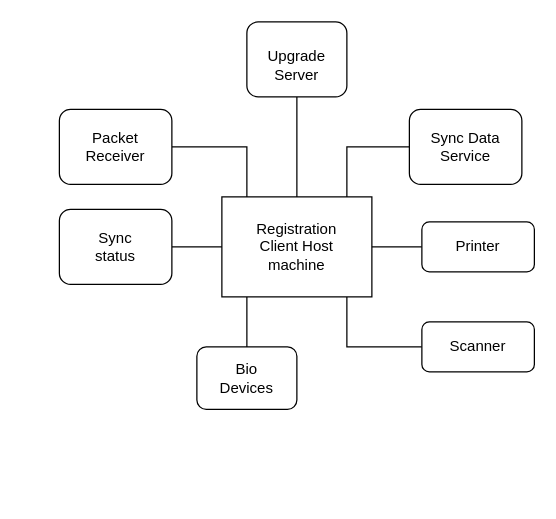
Earlier version of the draw.io diagram docs/_images/reg-client.drawio (mosip/documentation). Source tidied: cells renumbered, new cells numbered last; positions are measured from the earlier drawing's top-left corner, leaving out a move shared by most shapes. Both pictures are drawn from the tidied source at 125%, with x=0, y=0 at pixel (59, 21).
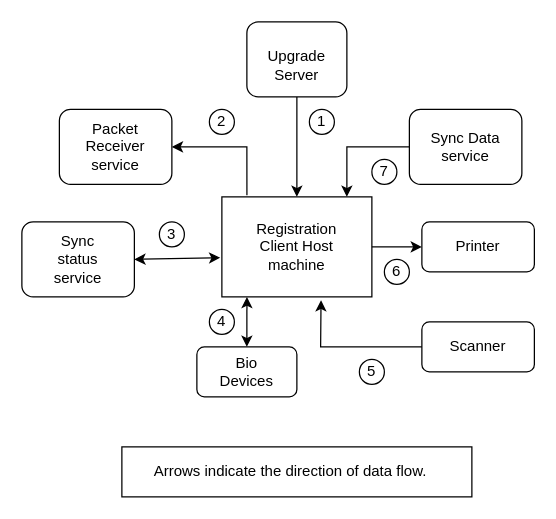
The same page after the edit.

The change refers to these unchanged cells:
```xml
<mxCell id="2" style="rounded=0;whiteSpace=wrap;html=1;" parent="1" vertex="1">
  <mxGeometry x="130" y="140" width="120" height="80" as="geometry" />
</mxCell>
<mxCell id="5" style="rounded=1;whiteSpace=wrap;html=1;" parent="1" vertex="1">
  <mxGeometry x="150" width="80" height="60" as="geometry" />
</mxCell>
<mxCell id="9" style="rounded=1;whiteSpace=wrap;html=1;" parent="1" vertex="1">
  <mxGeometry y="70" width="90" height="60" as="geometry" />
</mxCell>
<mxCell id="12" style="rounded=1;whiteSpace=wrap;html=1;" parent="1" vertex="1">
  <mxGeometry x="280" y="70" width="90" height="60" as="geometry" />
</mxCell>
<mxCell id="18" style="rounded=1;whiteSpace=wrap;html=1;" parent="1" vertex="1">
  <mxGeometry x="290" y="160" width="90" height="40" as="geometry" />
</mxCell>
<mxCell id="21" style="rounded=1;whiteSpace=wrap;html=1;" parent="1" vertex="1">
  <mxGeometry x="290" y="240" width="90" height="40" as="geometry" />
</mxCell>
```

Diff of the diagram source:
```diff
@@
-    <mxCell id="4" style="endArrow=none;html=1;rounded=0;" parent="1" edge="1">
-      <mxGeometry relative="1" as="geometry">
-        <mxPoint x="190" y="140" as="sourcePoint" />
-        <mxPoint x="190" y="60" as="targetPoint" />
-      </mxGeometry>
-    </mxCell>
@@
-    <mxCell id="7" style="endArrow=none;html=1;rounded=0;" parent="1" edge="1" target="9">
-      <mxGeometry relative="1" as="geometry">
-        <mxPoint x="150" y="140" as="sourcePoint" />
-        <Array as="points">
-          <mxPoint x="150" y="100" />
-        </Array>
-      </mxGeometry>
-    </mxCell>
@@
-    <mxCell id="10" value="Packet Receiver" style="text;html=1;strokeColor=none;fillColor=none;align=center;verticalAlign=middle;whiteSpace=wrap;rounded=0;" parent="1" vertex="1">
+    <mxCell id="10" value="Packet Receiver service" style="text;html=1;strokeColor=none;fillColor=none;align=center;verticalAlign=middle;whiteSpace=wrap;rounded=0;" parent="1" vertex="1">
       <mxGeometry x="15" y="85" width="60" height="30" as="geometry" />
     </mxCell>
-    <mxCell id="11" style="endArrow=none;html=1;rounded=0;" parent="1" edge="1">
-      <mxGeometry relative="1" as="geometry">
-        <mxPoint x="230" y="140" as="sourcePoint" />
-        <mxPoint x="280" y="100" as="targetPoint" />
-        <Array as="points">
-          <mxPoint x="230" y="100" />
-        </Array>
-      </mxGeometry>
-    </mxCell>
@@
-    <mxCell id="13" value="Sync Data Service" style="text;html=1;strokeColor=none;fillColor=none;align=center;verticalAlign=middle;whiteSpace=wrap;rounded=0;" parent="1" vertex="1">
+    <mxCell id="13" value="Sync Data service" style="text;html=1;strokeColor=none;fillColor=none;align=center;verticalAlign=middle;whiteSpace=wrap;rounded=0;" parent="1" vertex="1">
       <mxGeometry x="295" y="85" width="60" height="30" as="geometry" />
     </mxCell>
-    <mxCell id="14" style="endArrow=none;html=1;rounded=0;" parent="1" edge="1">
-      <mxGeometry relative="1" as="geometry">
-        <mxPoint x="90" y="180" as="sourcePoint" />
-        <mxPoint x="130" y="180" as="targetPoint" />
-      </mxGeometry>
-    </mxCell>
     <mxCell id="15" style="rounded=1;whiteSpace=wrap;html=1;" parent="1" vertex="1">
-      <mxGeometry y="150" width="90" height="60" as="geometry" />
+      <mxGeometry x="-30" y="160" width="90" height="60" as="geometry" />
     </mxCell>
-    <mxCell id="16" value="Sync status" style="text;html=1;strokeColor=none;fillColor=none;align=center;verticalAlign=middle;whiteSpace=wrap;rounded=0;" parent="1" vertex="1">
-      <mxGeometry x="15" y="165" width="60" height="30" as="geometry" />
+    <mxCell id="16" value="Sync status service" style="text;html=1;strokeColor=none;fillColor=none;align=center;verticalAlign=middle;whiteSpace=wrap;rounded=0;" parent="1" vertex="1">
+      <mxGeometry x="-15" y="175" width="60" height="30" as="geometry" />
     </mxCell>
-    <mxCell id="17" style="endArrow=none;html=1;rounded=0;" parent="1" edge="1">
-      <mxGeometry relative="1" as="geometry">
-        <mxPoint x="290" y="180" as="sourcePoint" />
-        <mxPoint x="250" y="180" as="targetPoint" />
-      </mxGeometry>
-    </mxCell>
@@
-    <mxCell id="20" style="endArrow=none;html=1;rounded=0;" parent="1" edge="1">
-      <mxGeometry relative="1" as="geometry">
-        <mxPoint x="290" y="260" as="sourcePoint" />
-        <mxPoint x="230" y="220" as="targetPoint" />
-        <Array as="points">
-          <mxPoint x="230" y="260" />
-        </Array>
-      </mxGeometry>
-    </mxCell>
@@
-    <mxCell id="23" style="endArrow=none;html=1;rounded=0;" parent="1" edge="1">
-      <mxGeometry relative="1" as="geometry">
-        <mxPoint x="150" y="260" as="sourcePoint" />
-        <mxPoint x="150" y="220" as="targetPoint" />
-      </mxGeometry>
-    </mxCell>
     <mxCell id="24" style="rounded=1;whiteSpace=wrap;html=1;" parent="1" vertex="1">
-      <mxGeometry x="110" y="260" width="80" height="50" as="geometry" />
+      <mxGeometry x="110" y="260" width="80" height="40" as="geometry" />
     </mxCell>
     <mxCell id="25" value="Bio Devices" style="text;html=1;strokeColor=none;fillColor=none;align=center;verticalAlign=middle;whiteSpace=wrap;rounded=0;" parent="1" vertex="1">
-      <mxGeometry x="120" y="270" width="60" height="30" as="geometry" />
+      <mxGeometry x="120" y="270" width="60" height="20" as="geometry" />
     </mxCell>
+    <mxCell id="26" style="endArrow=classic;html=1;rounded=0;exitX=0.5;exitY=1;exitDx=0;exitDy=0;entryX=0.5;entryY=0;entryDx=0;entryDy=0;" parent="1" edge="1" source="5" target="2">
+      <mxGeometry relative="1" as="geometry" />
+    </mxCell>
+    <mxCell id="27" style="endArrow=classic;html=1;rounded=0;exitX=0;exitY=0.5;exitDx=0;exitDy=0;" parent="1" edge="1" source="12">
+      <mxGeometry relative="1" as="geometry">
+        <mxPoint x="230" y="140" as="targetPoint" />
+        <Array as="points">
+          <mxPoint x="230" y="100" />
+        </Array>
+      </mxGeometry>
+    </mxCell>
+    <mxCell id="28" style="endArrow=classic;html=1;rounded=0;exitX=1;exitY=0.5;exitDx=0;exitDy=0;" parent="1" edge="1" source="2" target="18">
+      <mxGeometry relative="1" as="geometry" />
+    </mxCell>
+    <mxCell id="29" style="endArrow=classic;html=1;rounded=0;exitX=0;exitY=0.5;exitDx=0;exitDy=0;entryX=0.661;entryY=1.033;entryDx=0;entryDy=0;entryPerimeter=0;" parent="1" edge="1" source="21" target="2">
+      <mxGeometry relative="1" as="geometry">
+        <Array as="points">
+          <mxPoint x="209" y="260" />
+        </Array>
+      </mxGeometry>
+    </mxCell>
+    <mxCell id="30" style="endArrow=classic;startArrow=classic;html=1;rounded=0;entryX=0.167;entryY=1;entryDx=0;entryDy=0;entryPerimeter=0;" parent="1" edge="1" target="2">
+      <mxGeometry relative="1" as="geometry">
+        <mxPoint x="150" y="260" as="sourcePoint" />
+      </mxGeometry>
+    </mxCell>
+    <mxCell id="31" style="endArrow=classic;html=1;rounded=0;entryX=1;entryY=0.5;entryDx=0;entryDy=0;exitX=0.167;exitY=-0.017;exitDx=0;exitDy=0;exitPerimeter=0;" parent="1" edge="1" source="2" target="9">
+      <mxGeometry relative="1" as="geometry">
+        <Array as="points">
+          <mxPoint x="150" y="100" />
+        </Array>
+      </mxGeometry>
+    </mxCell>
+    <mxCell id="32" style="endArrow=classic;startArrow=classic;html=1;rounded=0;exitX=1;exitY=0.5;exitDx=0;exitDy=0;entryX=-0.011;entryY=0.608;entryDx=0;entryDy=0;entryPerimeter=0;" parent="1" edge="1" source="15" target="2">
+      <mxGeometry relative="1" as="geometry" />
+    </mxCell>
+    <mxCell id="33" value="1" style="ellipse;whiteSpace=wrap;html=1;" parent="1" vertex="1">
+      <mxGeometry x="200" y="70" width="20" height="20" as="geometry" />
+    </mxCell>
+    <mxCell id="34" value="7" style="ellipse;whiteSpace=wrap;html=1;" parent="1" vertex="1">
+      <mxGeometry x="250" y="110" width="20" height="20" as="geometry" />
+    </mxCell>
+    <mxCell id="35" value="5" style="ellipse;whiteSpace=wrap;html=1;" parent="1" vertex="1">
+      <mxGeometry x="240" y="270" width="20" height="20" as="geometry" />
+    </mxCell>
+    <mxCell id="36" value="6" style="ellipse;whiteSpace=wrap;html=1;" parent="1" vertex="1">
+      <mxGeometry x="260" y="190" width="20" height="20" as="geometry" />
+    </mxCell>
+    <mxCell id="37" value="2" style="ellipse;whiteSpace=wrap;html=1;" parent="1" vertex="1">
+      <mxGeometry x="120" y="70" width="20" height="20" as="geometry" />
+    </mxCell>
+    <mxCell id="38" value="3" style="ellipse;whiteSpace=wrap;html=1;" parent="1" vertex="1">
+      <mxGeometry x="80" y="160" width="20" height="20" as="geometry" />
+    </mxCell>
+    <mxCell id="39" value="4" style="ellipse;whiteSpace=wrap;html=1;" parent="1" vertex="1">
+      <mxGeometry x="120" y="230" width="20" height="20" as="geometry" />
+    </mxCell>
+    <mxCell id="40" style="rounded=0;whiteSpace=wrap;html=1;" parent="1" vertex="1">
+      <mxGeometry x="50" y="340" width="280" height="40" as="geometry" />
+    </mxCell>
+    <mxCell id="41" value="Arrows indicate the direction of data flow." style="text;html=1;strokeColor=none;fillColor=none;align=center;verticalAlign=middle;whiteSpace=wrap;rounded=0;" parent="1" vertex="1">
+      <mxGeometry x="-10" y="340" width="390" height="40" as="geometry" />
+    </mxCell>
```
